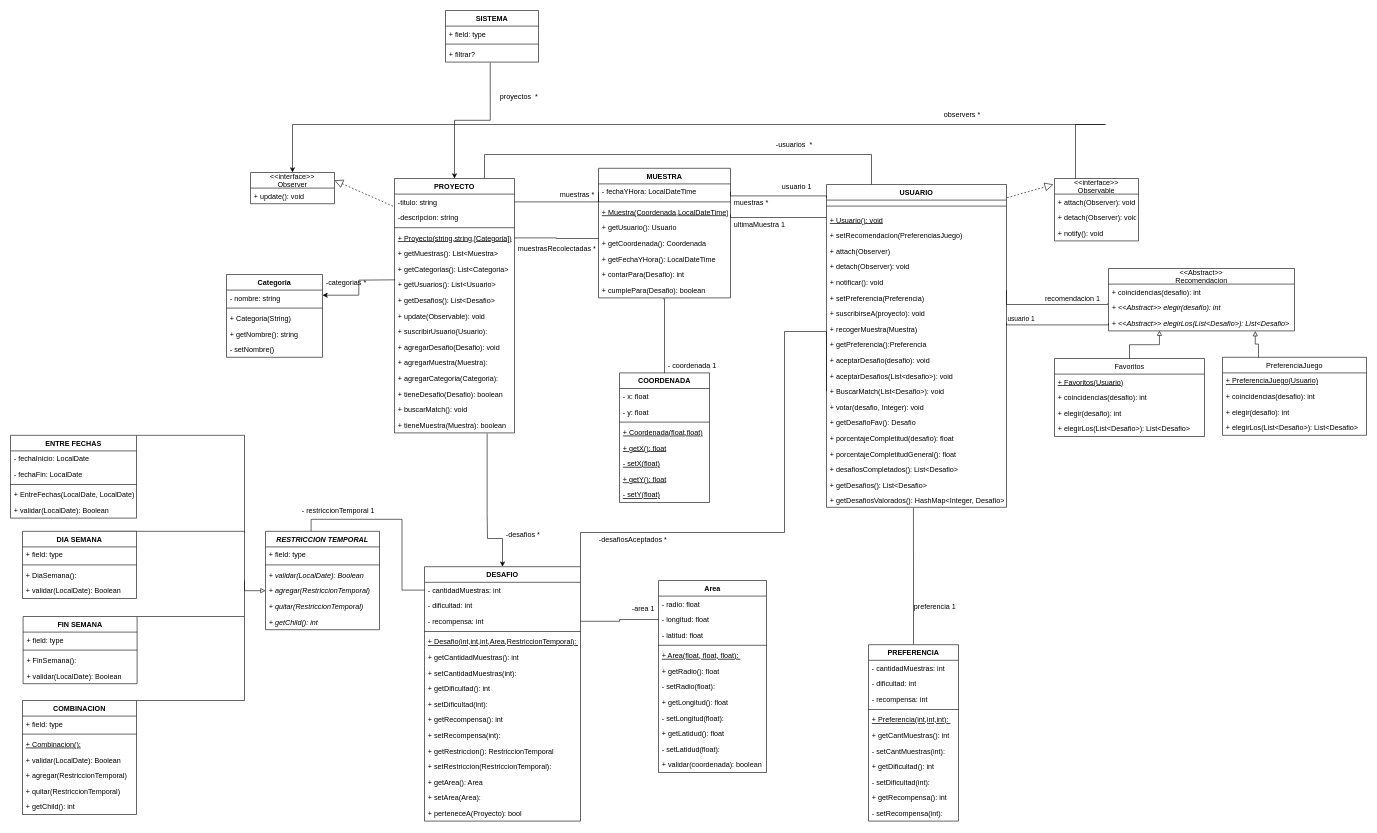
This is UML-TPFinalPOO2.drawio from EzePedrerol/unqui-po2-tpFinal, a draw.io file, before an edit. Source tidied: cells renumbered, new cells numbered last; positions are measured from the earlier drawing's top-left corner, leaving out a move shared by most shapes. Both pictures are drawn from the tidied source at 60%, with x=0, y=0 at pixel (10, 10).
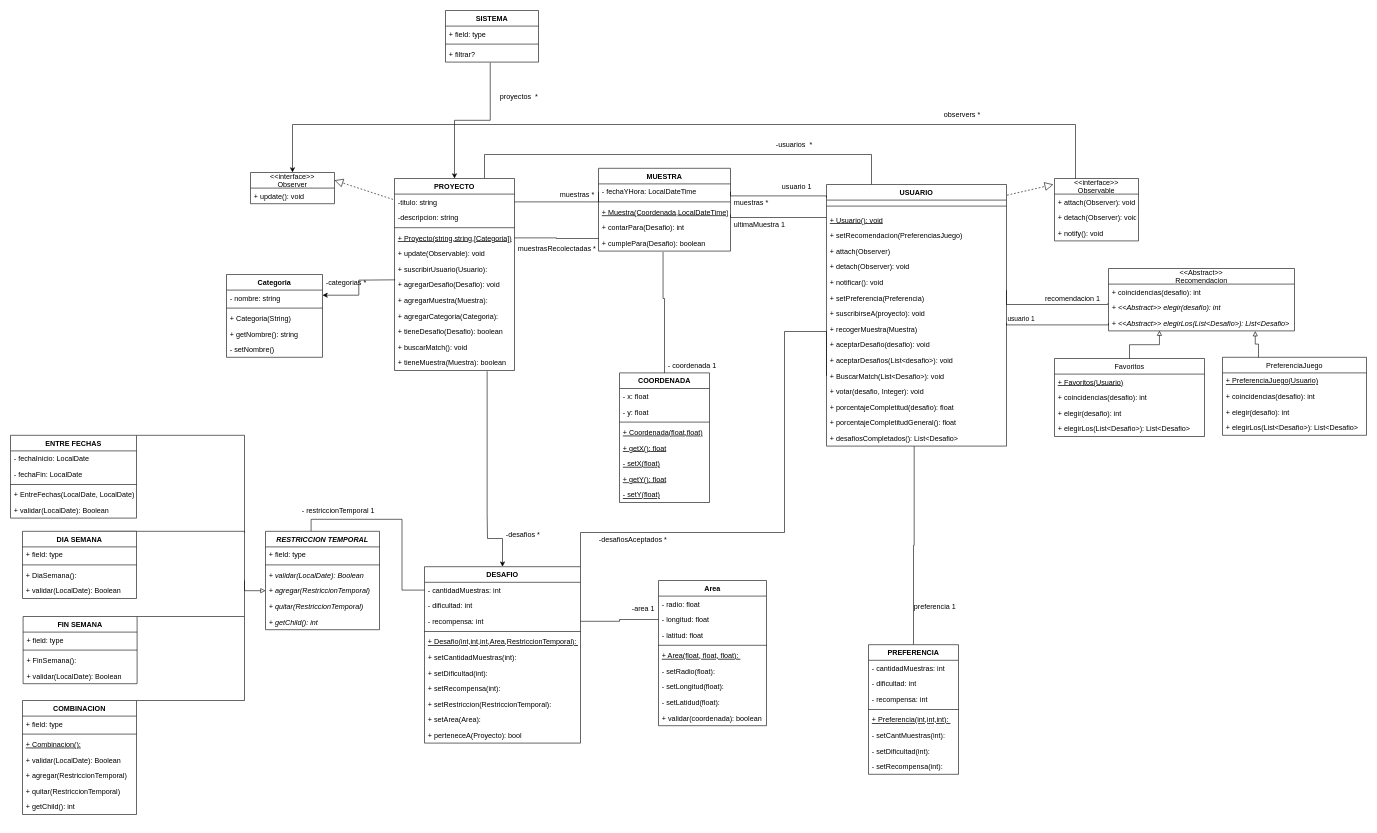
The same diagram, later.

Unchanged cells that the change refers to:
```xml
<mxCell id="101" value="&lt;&lt;interface&gt;&gt;&#10;Observer" style="swimlane;fontStyle=0;horizontal=1;startSize=26;fillColor=none;" parent="1" vertex="1">
  <mxGeometry x="400" y="270" width="140" height="52" as="geometry" />
</mxCell>
<mxCell id="105" value="&lt;&lt;interface&gt;&gt;&#10;Observable" style="swimlane;fontStyle=0;horizontal=1;startSize=26;fillColor=none;" parent="1" vertex="1">
  <mxGeometry x="1740" y="280" width="140" height="104" as="geometry" />
</mxCell>
```

The edit, as a diff of the source:
```diff
@@
     <mxCell id="5" value="PROYECTO" style="swimlane;fontStyle=1;align=center;verticalAlign=top;horizontal=1;startSize=26;" parent="1" vertex="1">
-      <mxGeometry x="640" y="280" width="200" height="424" as="geometry" />
+      <mxGeometry x="640" y="280" width="200" height="320" as="geometry" />
     </mxCell>
@@
-    <mxCell id="10" value="+ getMuestras(): List&lt;Muestra&gt;" style="text;strokeColor=none;fillColor=none;align=left;verticalAlign=top;spacingLeft=4;spacingRight=4;overflow=hidden;" parent="5" vertex="1">
-      <mxGeometry y="112" width="200" height="26" as="geometry" />
-    </mxCell>
-    <mxCell id="11" value="+ getCategorias(): List&lt;Categoria&gt;" style="text;strokeColor=none;fillColor=none;align=left;verticalAlign=top;spacingLeft=4;spacingRight=4;overflow=hidden;" parent="5" vertex="1">
-      <mxGeometry y="138" width="200" height="26" as="geometry" />
-    </mxCell>
-    <mxCell id="12" value="+ getUsuarios(): List&lt;Usuario&gt;" style="text;strokeColor=none;fillColor=none;align=left;verticalAlign=top;spacingLeft=4;spacingRight=4;overflow=hidden;" parent="5" vertex="1">
-      <mxGeometry y="164" width="200" height="26" as="geometry" />
-    </mxCell>
-    <mxCell id="13" value="+ getDesafios(): List&lt;Desafio&gt;" style="text;strokeColor=none;fillColor=none;align=left;verticalAlign=top;spacingLeft=4;spacingRight=4;overflow=hidden;" parent="5" vertex="1">
-      <mxGeometry y="190" width="200" height="26" as="geometry" />
-    </mxCell>
     <mxCell id="14" value="+ update(Observable): void" style="text;strokeColor=none;fillColor=none;align=left;verticalAlign=top;spacingLeft=4;spacingRight=4;overflow=hidden;" parent="5" vertex="1">
-      <mxGeometry y="216" width="200" height="26" as="geometry" />
+      <mxGeometry y="112" width="200" height="26" as="geometry" />
     </mxCell>
     <mxCell id="15" value="+ suscribirUsuario(Usuario): " style="text;strokeColor=none;fillColor=none;align=left;verticalAlign=top;spacingLeft=4;spacingRight=4;overflow=hidden;" parent="5" vertex="1">
-      <mxGeometry y="242" width="200" height="26" as="geometry" />
+      <mxGeometry y="138" width="200" height="26" as="geometry" />
     </mxCell>
     <mxCell id="16" value="+ agregarDesafio(Desafio): void" style="text;strokeColor=none;fillColor=none;align=left;verticalAlign=top;spacingLeft=4;spacingRight=4;overflow=hidden;" parent="5" vertex="1">
-      <mxGeometry y="268" width="200" height="26" as="geometry" />
+      <mxGeometry y="164" width="200" height="26" as="geometry" />
     </mxCell>
     <mxCell id="17" value="+ agregarMuestra(Muestra): " style="text;strokeColor=none;fillColor=none;align=left;verticalAlign=top;spacingLeft=4;spacingRight=4;overflow=hidden;" parent="5" vertex="1">
-      <mxGeometry y="294" width="200" height="26" as="geometry" />
+      <mxGeometry y="190" width="200" height="26" as="geometry" />
     </mxCell>
     <mxCell id="18" value="+ agregarCategoria(Categoria): " style="text;strokeColor=none;fillColor=none;align=left;verticalAlign=top;spacingLeft=4;spacingRight=4;overflow=hidden;" parent="5" vertex="1">
-      <mxGeometry y="320" width="200" height="26" as="geometry" />
+      <mxGeometry y="216" width="200" height="26" as="geometry" />
     </mxCell>
     <mxCell id="19" value="+ tieneDesafio(Desafio): boolean " style="text;strokeColor=none;fillColor=none;align=left;verticalAlign=top;spacingLeft=4;spacingRight=4;overflow=hidden;" parent="5" vertex="1">
-      <mxGeometry y="346" width="200" height="26" as="geometry" />
+      <mxGeometry y="242" width="200" height="26" as="geometry" />
     </mxCell>
     <mxCell id="20" value="+ buscarMatch(): void" style="text;strokeColor=none;fillColor=none;align=left;verticalAlign=top;spacingLeft=4;spacingRight=4;overflow=hidden;" parent="5" vertex="1">
-      <mxGeometry y="372" width="200" height="26" as="geometry" />
+      <mxGeometry y="268" width="200" height="26" as="geometry" />
     </mxCell>
     <mxCell id="21" value="+ tieneMuestra(Muestra): boolean" style="text;strokeColor=none;fillColor=none;align=left;verticalAlign=top;spacingLeft=4;spacingRight=4;overflow=hidden;points=[[0,0.5],[1,0.5]];portConstraint=eastwest;" parent="5" vertex="1">
-      <mxGeometry y="398" width="200" height="26" as="geometry" />
+      <mxGeometry y="294" width="200" height="26" as="geometry" />
     </mxCell>
     <mxCell id="22" value="MUESTRA" style="swimlane;fontStyle=1;align=center;verticalAlign=top;horizontal=1;startSize=26;" parent="1" vertex="1">
-      <mxGeometry x="980" y="263" width="220" height="216" as="geometry" />
+      <mxGeometry x="980" y="263" width="220" height="138" as="geometry" />
     </mxCell>
@@
-    <mxCell id="26" value="+ getUsuario(): Usuario" style="text;strokeColor=none;fillColor=none;align=left;verticalAlign=top;spacingLeft=4;spacingRight=4;overflow=hidden;fontStyle=0;" parent="22" vertex="1">
-      <mxGeometry y="86" width="220" height="26" as="geometry" />
-    </mxCell>
-    <mxCell id="27" value="+ getCoordenada(): Coordenada" style="text;strokeColor=none;fillColor=none;align=left;verticalAlign=top;spacingLeft=4;spacingRight=4;overflow=hidden;fontStyle=0;" parent="22" vertex="1">
-      <mxGeometry y="112" width="220" height="26" as="geometry" />
-    </mxCell>
-    <mxCell id="28" value="+ getFechaYHora(): LocalDateTime" style="text;strokeColor=none;fillColor=none;align=left;verticalAlign=top;spacingLeft=4;spacingRight=4;overflow=hidden;fontStyle=0;" parent="22" vertex="1">
-      <mxGeometry y="138" width="220" height="26" as="geometry" />
-    </mxCell>
     <mxCell id="29" value="+ contarPara(Desafio): int" style="text;strokeColor=none;fillColor=none;align=left;verticalAlign=top;spacingLeft=4;spacingRight=4;overflow=hidden;fontStyle=0;" parent="22" vertex="1">
-      <mxGeometry y="164" width="220" height="26" as="geometry" />
+      <mxGeometry y="86" width="220" height="26" as="geometry" />
     </mxCell>
     <mxCell id="30" value="+ cumplePara(Desafio): boolean" style="text;strokeColor=none;fillColor=none;align=left;verticalAlign=top;spacingLeft=4;spacingRight=4;overflow=hidden;points=[[0,0.5],[1,0.5]];portConstraint=eastwest;fontStyle=0;" parent="22" vertex="1">
-      <mxGeometry y="190" width="220" height="26" as="geometry" />
+      <mxGeometry y="112" width="220" height="26" as="geometry" />
     </mxCell>
     <mxCell id="31" value="DESAFIO" style="swimlane;fontStyle=1;align=center;verticalAlign=top;horizontal=1;startSize=26;" parent="1" vertex="1">
-      <mxGeometry x="690" y="927" width="260" height="424" as="geometry" />
+      <mxGeometry x="690" y="927" width="260" height="294" as="geometry" />
     </mxCell>
@@
-    <mxCell id="37" value="+ getCantidadMuestras(): int" style="text;strokeColor=none;fillColor=none;align=left;verticalAlign=top;spacingLeft=4;spacingRight=4;overflow=hidden;" parent="31" vertex="1">
-      <mxGeometry y="138" width="260" height="26" as="geometry" />
-    </mxCell>
     <mxCell id="38" value="+ setCantidadMuestras(int): " style="text;strokeColor=none;fillColor=none;align=left;verticalAlign=top;spacingLeft=4;spacingRight=4;overflow=hidden;" parent="31" vertex="1">
-      <mxGeometry y="164" width="260" height="26" as="geometry" />
+      <mxGeometry y="138" width="260" height="26" as="geometry" />
     </mxCell>
-    <mxCell id="39" value="+ getDificultad(): int" style="text;strokeColor=none;fillColor=none;align=left;verticalAlign=top;spacingLeft=4;spacingRight=4;overflow=hidden;" parent="31" vertex="1">
-      <mxGeometry y="190" width="260" height="26" as="geometry" />
-    </mxCell>
     <mxCell id="40" value="+ setDificultad(int): " style="text;strokeColor=none;fillColor=none;align=left;verticalAlign=top;spacingLeft=4;spacingRight=4;overflow=hidden;" parent="31" vertex="1">
-      <mxGeometry y="216" width="260" height="26" as="geometry" />
+      <mxGeometry y="164" width="260" height="26" as="geometry" />
     </mxCell>
-    <mxCell id="41" value="+ getRecompensa(): int" style="text;strokeColor=none;fillColor=none;align=left;verticalAlign=top;spacingLeft=4;spacingRight=4;overflow=hidden;" parent="31" vertex="1">
-      <mxGeometry y="242" width="260" height="26" as="geometry" />
-    </mxCell>
     <mxCell id="42" value="+ setRecompensa(int): " style="text;strokeColor=none;fillColor=none;align=left;verticalAlign=top;spacingLeft=4;spacingRight=4;overflow=hidden;" parent="31" vertex="1">
-      <mxGeometry y="268" width="260" height="26" as="geometry" />
+      <mxGeometry y="190" width="260" height="26" as="geometry" />
     </mxCell>
-    <mxCell id="43" value="+ getRestriccion(): RestriccionTemporal" style="text;strokeColor=none;fillColor=none;align=left;verticalAlign=top;spacingLeft=4;spacingRight=4;overflow=hidden;" parent="31" vertex="1">
-      <mxGeometry y="294" width="260" height="26" as="geometry" />
-    </mxCell>
     <mxCell id="44" value="+ setRestriccion(RestriccionTemporal): " style="text;strokeColor=none;fillColor=none;align=left;verticalAlign=top;spacingLeft=4;spacingRight=4;overflow=hidden;" parent="31" vertex="1">
-      <mxGeometry y="320" width="260" height="26" as="geometry" />
+      <mxGeometry y="216" width="260" height="26" as="geometry" />
     </mxCell>
-    <mxCell id="45" value="+ getArea(): Area" style="text;strokeColor=none;fillColor=none;align=left;verticalAlign=top;spacingLeft=4;spacingRight=4;overflow=hidden;" parent="31" vertex="1">
-      <mxGeometry y="346" width="260" height="26" as="geometry" />
-    </mxCell>
     <mxCell id="46" value="+ setArea(Area): " style="text;strokeColor=none;fillColor=none;align=left;verticalAlign=top;spacingLeft=4;spacingRight=4;overflow=hidden;" parent="31" vertex="1">
-      <mxGeometry y="372" width="260" height="26" as="geometry" />
+      <mxGeometry y="242" width="260" height="26" as="geometry" />
     </mxCell>
     <mxCell id="47" value="+ perteneceA(Proyecto): bool" style="text;strokeColor=none;fillColor=none;align=left;verticalAlign=top;spacingLeft=4;spacingRight=4;overflow=hidden;" parent="31" vertex="1">
-      <mxGeometry y="398" width="260" height="26" as="geometry" />
+      <mxGeometry y="268" width="260" height="26" as="geometry" />
     </mxCell>
-    <mxCell id="48" style="edgeStyle=orthogonalEdgeStyle;rounded=0;jettySize=auto;html=1;exitX=0.5;exitY=0;exitDx=0;exitDy=0;entryX=0.483;entryY=1.042;entryDx=0;entryDy=0;entryPerimeter=0;endArrow=none;endFill=0;" parent="1" edge="1" source="49" target="81">
+    <mxCell id="48" style="edgeStyle=orthogonalEdgeStyle;rounded=0;jettySize=auto;html=1;exitX=0.5;exitY=0;exitDx=0;exitDy=0;entryX=0.487;entryY=1;entryDx=0;entryDy=0;entryPerimeter=0;endArrow=none;endFill=0;" parent="1" edge="1" source="49" target="79">
       <mxGeometry relative="1" as="geometry" />
     </mxCell>
     <mxCell id="49" value="PREFERENCIA" style="swimlane;fontStyle=1;align=center;verticalAlign=top;horizontal=1;startSize=26;" parent="1" vertex="1">
-      <mxGeometry x="1430" y="1057" width="150" height="294" as="geometry" />
+      <mxGeometry x="1430" y="1057" width="150" height="216" as="geometry" />
     </mxCell>
@@
-    <mxCell id="55" value="+ getCantMuestras(): int " style="text;strokeColor=none;fillColor=none;align=left;verticalAlign=top;spacingLeft=4;spacingRight=4;overflow=hidden;fontStyle=0;" parent="49" vertex="1">
-      <mxGeometry y="138" width="150" height="26" as="geometry" />
-    </mxCell>
     <mxCell id="56" value="- setCantMuestras(int): " style="text;strokeColor=none;fillColor=none;align=left;verticalAlign=top;spacingLeft=4;spacingRight=4;overflow=hidden;fontStyle=0;" parent="49" vertex="1">
-      <mxGeometry y="164" width="150" height="26" as="geometry" />
+      <mxGeometry y="138" width="150" height="26" as="geometry" />
     </mxCell>
-    <mxCell id="57" value="+ getDificultad(): int " style="text;strokeColor=none;fillColor=none;align=left;verticalAlign=top;spacingLeft=4;spacingRight=4;overflow=hidden;fontStyle=0;" parent="49" vertex="1">
-      <mxGeometry y="190" width="150" height="26" as="geometry" />
-    </mxCell>
     <mxCell id="58" value="- setDificultad(int):  " style="text;strokeColor=none;fillColor=none;align=left;verticalAlign=top;spacingLeft=4;spacingRight=4;overflow=hidden;fontStyle=0;" parent="49" vertex="1">
-      <mxGeometry y="216" width="150" height="26" as="geometry" />
+      <mxGeometry y="164" width="150" height="26" as="geometry" />
     </mxCell>
-    <mxCell id="59" value="+ getRecompensa(): int " style="text;strokeColor=none;fillColor=none;align=left;verticalAlign=top;spacingLeft=4;spacingRight=4;overflow=hidden;fontStyle=0;" parent="49" vertex="1">
-      <mxGeometry y="242" width="150" height="26" as="geometry" />
-    </mxCell>
     <mxCell id="60" value="- setRecompensa(int):  " style="text;strokeColor=none;fillColor=none;align=left;verticalAlign=top;spacingLeft=4;spacingRight=4;overflow=hidden;fontStyle=0;" parent="49" vertex="1">
-      <mxGeometry y="268" width="150" height="26" as="geometry" />
+      <mxGeometry y="190" width="150" height="26" as="geometry" />
     </mxCell>
     <mxCell id="61" value="USUARIO" style="swimlane;fontStyle=1;align=center;verticalAlign=top;horizontal=1;startSize=26;" parent="1" vertex="1">
-      <mxGeometry x="1360" y="290" width="300" height="538" as="geometry" />
+      <mxGeometry x="1360" y="290" width="300" height="436" as="geometry" />
     </mxCell>
@@
-    <mxCell id="71" value="+ getPreferencia():Preferencia" style="text;strokeColor=none;fillColor=none;align=left;verticalAlign=top;spacingLeft=4;spacingRight=4;overflow=hidden;" parent="61" vertex="1">
-      <mxGeometry y="254" width="300" height="26" as="geometry" />
-    </mxCell>
     <mxCell id="72" value="+ aceptarDesafio(desafio): void" style="text;strokeColor=none;fillColor=none;align=left;verticalAlign=top;spacingLeft=4;spacingRight=4;overflow=hidden;" parent="61" vertex="1">
-      <mxGeometry y="280" width="300" height="26" as="geometry" />
+      <mxGeometry y="254" width="300" height="26" as="geometry" />
     </mxCell>
     <mxCell id="73" value="+ aceptarDesafios(List&lt;desafio&gt;): void" style="text;strokeColor=none;fillColor=none;align=left;verticalAlign=top;spacingLeft=4;spacingRight=4;overflow=hidden;" parent="61" vertex="1">
-      <mxGeometry y="306" width="300" height="26" as="geometry" />
+      <mxGeometry y="280" width="300" height="26" as="geometry" />
     </mxCell>
     <mxCell id="74" value="+ BuscarMatch(List&lt;Desafio&gt;): void" style="text;strokeColor=none;fillColor=none;align=left;verticalAlign=top;spacingLeft=4;spacingRight=4;overflow=hidden;points=[[0,0.5],[1,0.5]];portConstraint=eastwest;" parent="61" vertex="1">
-      <mxGeometry y="332" width="300" height="26" as="geometry" />
+      <mxGeometry y="306" width="300" height="26" as="geometry" />
     </mxCell>
     <mxCell id="75" value="+ votar(desafio, Integer): void" style="text;strokeColor=none;fillColor=none;align=left;verticalAlign=top;spacingLeft=4;spacingRight=4;overflow=hidden;" parent="61" vertex="1">
-      <mxGeometry y="358" width="300" height="26" as="geometry" />
+      <mxGeometry y="332" width="300" height="26" as="geometry" />
     </mxCell>
-    <mxCell id="76" value="+ getDesafioFav(): Desafio" style="text;strokeColor=none;fillColor=none;align=left;verticalAlign=top;spacingLeft=4;spacingRight=4;overflow=hidden;" parent="61" vertex="1">
-      <mxGeometry y="384" width="300" height="26" as="geometry" />
-    </mxCell>
     <mxCell id="77" value="+ porcentajeCompletitud(desafio): float" style="text;strokeColor=none;fillColor=none;align=left;verticalAlign=top;spacingLeft=4;spacingRight=4;overflow=hidden;" parent="61" vertex="1">
-      <mxGeometry y="410" width="300" height="26" as="geometry" />
+      <mxGeometry y="358" width="300" height="26" as="geometry" />
     </mxCell>
     <mxCell id="78" value="+ porcentajeCompletitudGeneral(): float" style="text;strokeColor=none;fillColor=none;align=left;verticalAlign=top;spacingLeft=4;spacingRight=4;overflow=hidden;" parent="61" vertex="1">
-      <mxGeometry y="436" width="300" height="26" as="geometry" />
+      <mxGeometry y="384" width="300" height="26" as="geometry" />
     </mxCell>
     <mxCell id="79" value="+ desafiosCompletados(): List&lt;Desafio&gt;" style="text;strokeColor=none;fillColor=none;align=left;verticalAlign=top;spacingLeft=4;spacingRight=4;overflow=hidden;points=[[0,0.5],[1,0.5]];portConstraint=eastwest;" parent="61" vertex="1">
-      <mxGeometry y="462" width="300" height="26" as="geometry" />
+      <mxGeometry y="410" width="300" height="26" as="geometry" />
     </mxCell>
-    <mxCell id="80" value="+ getDesafios(): List&lt;Desafio&gt;" style="text;strokeColor=none;fillColor=none;align=left;verticalAlign=top;spacingLeft=4;spacingRight=4;overflow=hidden;" parent="61" vertex="1">
-      <mxGeometry y="488" width="300" height="26" as="geometry" />
-    </mxCell>
-    <mxCell id="81" value="+ getDesafiosValorados(): HashMap&lt;Integer, Desafio&gt;" style="text;strokeColor=none;fillColor=none;align=left;verticalAlign=top;spacingLeft=4;spacingRight=4;overflow=hidden;points=[[0,0.5],[1,0.5]];portConstraint=eastwest;" parent="61" vertex="1">
-      <mxGeometry y="514" width="300" height="24" as="geometry" />
-    </mxCell>
@@
     <mxCell id="88" value="Area" style="swimlane;fontStyle=1;align=center;verticalAlign=top;horizontal=1;startSize=26;" parent="1" vertex="1">
-      <mxGeometry x="1080" y="950" width="180" height="320" as="geometry" />
+      <mxGeometry x="1080" y="950" width="180" height="242" as="geometry" />
     </mxCell>
@@
-    <mxCell id="94" value="+ getRadio(): float " style="text;strokeColor=none;fillColor=none;align=left;verticalAlign=top;spacingLeft=4;spacingRight=4;overflow=hidden;fontStyle=0;" parent="88" vertex="1">
-      <mxGeometry y="138" width="180" height="26" as="geometry" />
-    </mxCell>
     <mxCell id="95" value="- setRadio(float):  " style="text;strokeColor=none;fillColor=none;align=left;verticalAlign=top;spacingLeft=4;spacingRight=4;overflow=hidden;fontStyle=0;" parent="88" vertex="1">
-      <mxGeometry y="164" width="180" height="26" as="geometry" />
+      <mxGeometry y="138" width="180" height="26" as="geometry" />
     </mxCell>
-    <mxCell id="96" value="+ getLongitud(): float " style="text;strokeColor=none;fillColor=none;align=left;verticalAlign=top;spacingLeft=4;spacingRight=4;overflow=hidden;fontStyle=0;" parent="88" vertex="1">
-      <mxGeometry y="190" width="180" height="26" as="geometry" />
-    </mxCell>
     <mxCell id="97" value="- setLongitud(float): " style="text;strokeColor=none;fillColor=none;align=left;verticalAlign=top;spacingLeft=4;spacingRight=4;overflow=hidden;fontStyle=0;" parent="88" vertex="1">
-      <mxGeometry y="216" width="180" height="26" as="geometry" />
+      <mxGeometry y="164" width="180" height="26" as="geometry" />
     </mxCell>
-    <mxCell id="98" value="+ getLatidud(): float " style="text;strokeColor=none;fillColor=none;align=left;verticalAlign=top;spacingLeft=4;spacingRight=4;overflow=hidden;fontStyle=0;" parent="88" vertex="1">
-      <mxGeometry y="242" width="180" height="26" as="geometry" />
-    </mxCell>
     <mxCell id="99" value="- setLatidud(float):  " style="text;strokeColor=none;fillColor=none;align=left;verticalAlign=top;spacingLeft=4;spacingRight=4;overflow=hidden;fontStyle=0;" parent="88" vertex="1">
-      <mxGeometry y="268" width="180" height="26" as="geometry" />
+      <mxGeometry y="190" width="180" height="26" as="geometry" />
     </mxCell>
     <mxCell id="100" value="+ validar(coordenada): boolean" style="text;strokeColor=none;fillColor=none;align=left;verticalAlign=top;spacingLeft=4;spacingRight=4;overflow=hidden;fontStyle=0;" parent="88" vertex="1">
-      <mxGeometry y="294" width="180" height="26" as="geometry" />
+      <mxGeometry y="216" width="180" height="26" as="geometry" />
     </mxCell>
@@
     <mxCell id="104" style="edgeStyle=orthogonalEdgeStyle;rounded=0;jettySize=auto;html=1;exitX=0.25;exitY=0;exitDx=0;exitDy=0;entryX=0.5;entryY=0;entryDx=0;entryDy=0;" parent="1" edge="1" source="105" target="101">
       <mxGeometry relative="1" as="geometry">
         <Array as="points">
-          <mxPoint x="1825" y="190" />
-          <mxPoint x="530" y="190" />
+          <mxPoint x="1775" y="190" />
+          <mxPoint x="470" y="190" />
         </Array>
       </mxGeometry>
     </mxCell>
```
